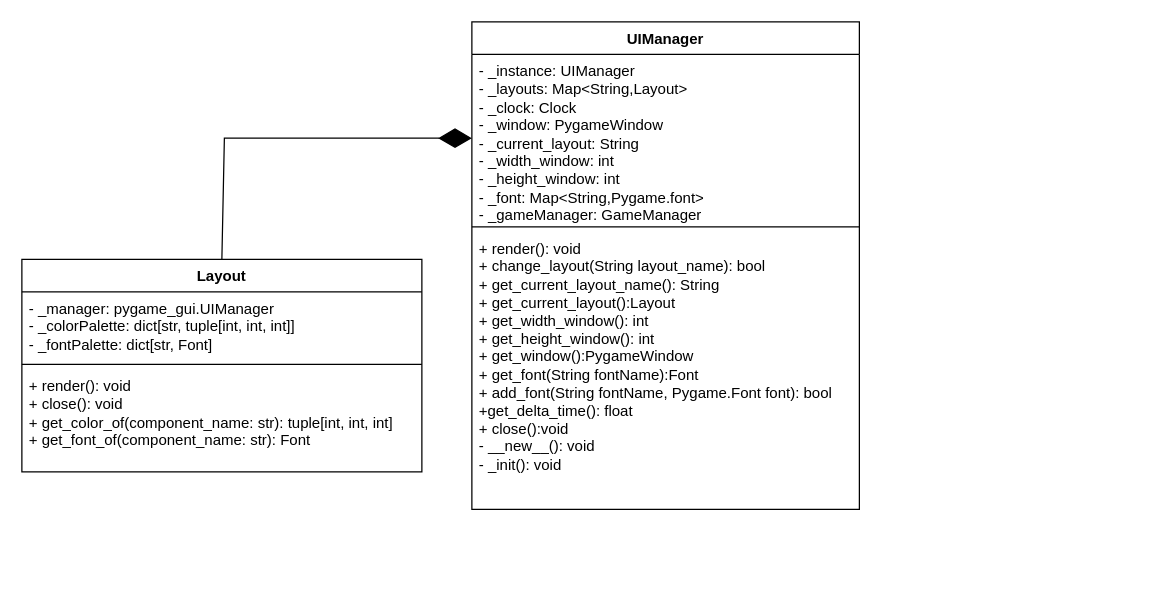
Above: docs/UML/drawio/UI_Manager.drawio in Koun7z/NPG_Projekt (draw.io), before the change. Source tidied: cells renumbered, new cells numbered last; positions are measured from the earlier drawing's top-left corner, leaving out a move shared by most shapes. Both pictures are drawn from the tidied source at 125%, with x=0, y=0 at pixel (21, 21).
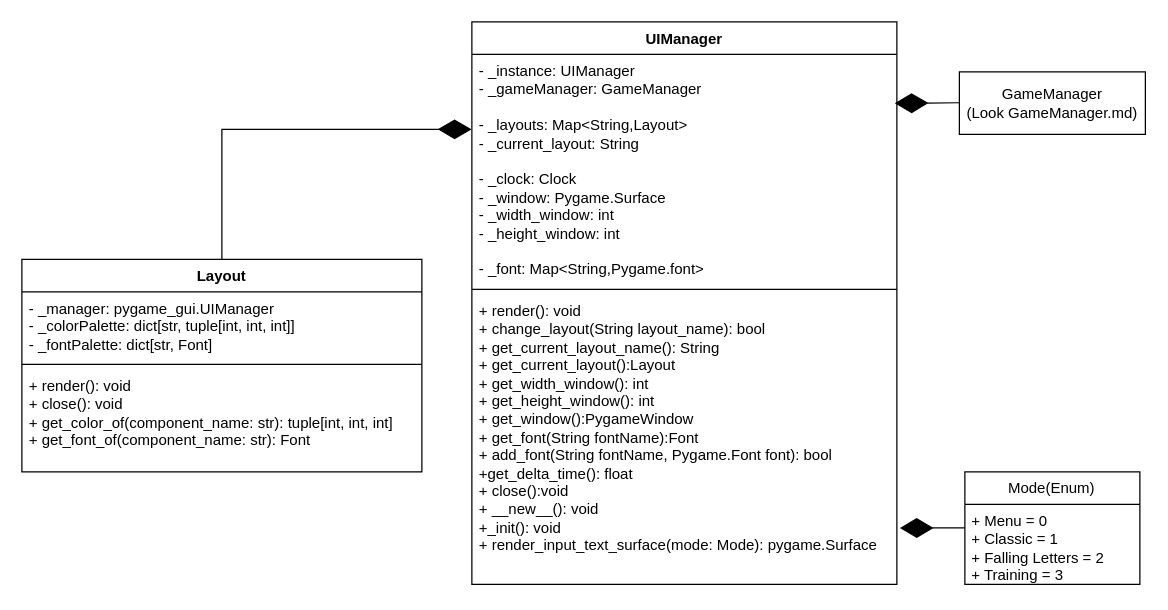
The same page after the edit.

Commit message (it also covers changes not shown here):
Dodanie metody reneder_input_text_surface do UML UIManager oraz kilka mniejszych zmian kosmetycznych. !!TEN COMMIT BAUZJE NA ZMIANACH Z BRANCHA classic-init

Diff of the diagram source:
```diff
@@
-<mxGraphModel>
+<mxGraphModel background="#FFFFFF">
   <root>
     <mxCell id="0" />
     <mxCell id="1" parent="0" />
     <mxCell id="2" value="UIManager" style="swimlane;fontStyle=1;align=center;verticalAlign=top;horizontal=1;startSize=26;whiteSpace=wrap;html=1;" parent="1" vertex="1">
-      <mxGeometry x="360" width="310" height="390" as="geometry" />
+      <mxGeometry x="360" width="340" height="450" as="geometry" />
     </mxCell>
-    <mxCell id="3" value="&lt;div&gt;- _instance: UIManager&lt;/div&gt;- _layouts: Map&amp;lt;String,Layout&amp;gt;&lt;div&gt;- _clock: Clock&lt;br&gt;&lt;div&gt;- _window: PygameWindow&amp;nbsp;&lt;/div&gt;&lt;div&gt;- _current_layout: String&lt;/div&gt;&lt;div&gt;- _width_window: int&lt;/div&gt;&lt;div&gt;- _height_window: int&lt;/div&gt;&lt;div&gt;- _font: Map&amp;lt;String,Pygame.font&amp;gt;&lt;/div&gt;&lt;div&gt;- _gameManager: GameManager&lt;/div&gt;&lt;/div&gt;" style="text;strokeColor=none;fillColor=none;align=left;verticalAlign=top;spacingLeft=4;spacingRight=4;overflow=hidden;points=[[0,0.5],[1,0.5]];portConstraint=eastwest;whiteSpace=wrap;html=1;" parent="2" vertex="1">
-      <mxGeometry y="26" width="310" height="134" as="geometry" />
+    <mxCell id="3" value="&lt;div&gt;- _instance: UIManager&lt;/div&gt;&lt;div&gt;- _gameManager: GameManager&lt;br&gt;&lt;/div&gt;&lt;div&gt;&lt;br&gt;&lt;/div&gt;&lt;div&gt;&lt;div style=&quot;border-color: var(--border-color);&quot;&gt;- _layouts: Map&amp;lt;String,Layout&amp;gt;&lt;br style=&quot;border-color: var(--border-color);&quot;&gt;&lt;/div&gt;&lt;div style=&quot;border-color: var(--border-color);&quot;&gt;- _current_layout: String&lt;br style=&quot;border-color: var(--border-color);&quot;&gt;&lt;/div&gt;&lt;div style=&quot;border-color: var(--border-color);&quot;&gt;&lt;br&gt;&lt;/div&gt;&lt;/div&gt;&lt;div&gt;- _clock: Clock&lt;br&gt;&lt;div&gt;- _window: Pygame.Surface&lt;/div&gt;&lt;div&gt;- _width_window: int&lt;/div&gt;&lt;div&gt;- _height_window: int&lt;/div&gt;&lt;div&gt;&lt;br&gt;&lt;/div&gt;&lt;div&gt;- _font: Map&amp;lt;String,Pygame.font&amp;gt;&lt;/div&gt;&lt;div&gt;&lt;br&gt;&lt;/div&gt;&lt;/div&gt;" style="text;strokeColor=none;fillColor=none;align=left;verticalAlign=top;spacingLeft=4;spacingRight=4;overflow=hidden;points=[[0,0.5],[1,0.5]];portConstraint=eastwest;whiteSpace=wrap;html=1;" parent="2" vertex="1">
+      <mxGeometry y="26" width="340" height="184" as="geometry" />
     </mxCell>
     <mxCell id="4" style="line;strokeWidth=1;fillColor=none;align=left;verticalAlign=middle;spacingTop=-1;spacingLeft=3;spacingRight=3;labelPosition=right;strokeColor=inherit;" parent="2" vertex="1">
-      <mxGeometry y="160" width="310" height="8" as="geometry" />
+      <mxGeometry y="210" width="340" height="8" as="geometry" />
     </mxCell>
-    <mxCell id="5" value="&lt;div&gt;&lt;span style=&quot;background-color: initial;&quot;&gt;+ render(): void&lt;/span&gt;&lt;br&gt;&lt;/div&gt;&lt;div&gt;+ change_layout(String layout_name): bool&lt;/div&gt;&lt;div&gt;+ get_current_layout_name(): String&lt;/div&gt;&lt;div&gt;+ get_current_layout():Layout&lt;/div&gt;&lt;div&gt;+ get_width_window(): int&lt;/div&gt;&lt;div&gt;+ get_height_window(): int&lt;/div&gt;&lt;div&gt;+ get_window():PygameWindow&lt;/div&gt;&lt;div&gt;+ get_font(String fontName):Font&lt;/div&gt;&lt;div&gt;+ add_font(String fontName, Pygame.Font font): bool&lt;/div&gt;&lt;div&gt;+get_delta_time(): float&lt;/div&gt;&lt;div&gt;+ close():void&lt;/div&gt;&lt;div&gt;- __new__(): void&lt;/div&gt;&lt;div&gt;- _init(): void&lt;/div&gt;" style="text;strokeColor=none;fillColor=none;align=left;verticalAlign=top;spacingLeft=4;spacingRight=4;overflow=hidden;whiteSpace=wrap;html=1;" parent="2" vertex="1">
-      <mxGeometry y="168" width="310" height="222" as="geometry" />
+    <mxCell id="5" value="&lt;div&gt;&lt;span style=&quot;background-color: initial;&quot;&gt;+ render(): void&lt;/span&gt;&lt;br&gt;&lt;/div&gt;&lt;div&gt;+ change_layout(String layout_name): bool&lt;/div&gt;&lt;div&gt;+ get_current_layout_name(): String&lt;/div&gt;&lt;div&gt;+ get_current_layout():Layout&lt;/div&gt;&lt;div&gt;+ get_width_window(): int&lt;/div&gt;&lt;div&gt;+ get_height_window(): int&lt;/div&gt;&lt;div&gt;+ get_window():PygameWindow&lt;/div&gt;&lt;div&gt;+ get_font(String fontName):Font&lt;/div&gt;&lt;div&gt;+ add_font(String fontName, Pygame.Font font): bool&lt;/div&gt;&lt;div&gt;+get_delta_time(): float&lt;/div&gt;&lt;div&gt;+ close():void&lt;/div&gt;&lt;div&gt;+ __new__(): void&lt;/div&gt;&lt;div&gt;+_init(): void&lt;/div&gt;&lt;div&gt;+ render_input_text_surface(mode: Mode): pygame.Surface&lt;/div&gt;" style="text;strokeColor=none;fillColor=none;align=left;verticalAlign=top;spacingLeft=4;spacingRight=4;overflow=hidden;whiteSpace=wrap;html=1;" parent="2" vertex="1">
+      <mxGeometry y="218" width="340" height="232" as="geometry" />
     </mxCell>
-    <mxCell id="6" style="endArrow=diamondThin;endFill=1;endSize=24;html=1;rounded=0;entryX=0;entryY=0.5;entryDx=0;entryDy=0;exitX=0.5;exitY=0;exitDx=0;exitDy=0;" parent="1" edge="1" source="7" target="3">
+    <mxCell id="6" style="endArrow=diamondThin;endFill=1;endSize=24;html=1;rounded=0;entryX=-0.001;entryY=0.326;entryDx=0;entryDy=0;exitX=0.5;exitY=0;exitDx=0;exitDy=0;entryPerimeter=0;" parent="1" edge="1" source="7" target="3">
       <mxGeometry relative="1" as="geometry">
         <Array as="points">
-          <mxPoint x="162" y="93" />
+          <mxPoint x="160" y="86" />
         </Array>
       </mxGeometry>
     </mxCell>
     <mxCell id="7" value="Layout" style="swimlane;fontStyle=1;align=center;verticalAlign=top;horizontal=1;startSize=26;whiteSpace=wrap;html=1;" parent="1" vertex="1">
       <mxGeometry y="190" width="320" height="170" as="geometry" />
     </mxCell>
     <mxCell id="8" value="&lt;div&gt;- _manager: pygame_gui.UIManager&amp;nbsp;&lt;/div&gt;&lt;div&gt;- _colorPalette: dict[str, tuple[int, int, int]]&lt;/div&gt;&lt;div&gt;- _fontPalette: dict[str, Font]&lt;/div&gt;" style="text;strokeColor=none;fillColor=none;align=left;verticalAlign=top;spacingLeft=4;spacingRight=4;overflow=hidden;whiteSpace=wrap;html=1;" parent="7" vertex="1">
       <mxGeometry y="26" width="320" height="54" as="geometry" />
     </mxCell>
     <mxCell id="9" style="line;strokeWidth=1;fillColor=none;align=left;verticalAlign=middle;spacingTop=-1;spacingLeft=3;spacingRight=3;labelPosition=right;strokeColor=inherit;" parent="7" vertex="1">
       <mxGeometry y="80" width="320" height="8" as="geometry" />
     </mxCell>
     <mxCell id="10" value="+ render(): void&lt;div&gt;+ close(): void&lt;/div&gt;&lt;div&gt;+ get_color_of(&lt;span style=&quot;background-color: initial;&quot;&gt;component_name: str&lt;/span&gt;&lt;span style=&quot;background-color: initial;&quot;&gt;): tuple[int, int, int]&lt;/span&gt;&lt;/div&gt;&lt;div&gt;+ get_font_of(component_name: str): Font&lt;/div&gt;" style="text;strokeColor=none;fillColor=none;align=left;verticalAlign=top;spacingLeft=4;spacingRight=4;overflow=hidden;whiteSpace=wrap;html=1;" parent="7" vertex="1">
       <mxGeometry y="88" width="320" height="82" as="geometry" />
     </mxCell>
+    <mxCell id="11" value="GameManager&lt;br&gt;(Look GameManager.md)" style="html=1;whiteSpace=wrap;" parent="1" vertex="1">
+      <mxGeometry x="750" y="40" width="148.8" height="50" as="geometry" />
+    </mxCell>
+    <mxCell id="12" style="endArrow=diamondThin;endFill=1;endSize=24;html=1;rounded=0;entryX=0.995;entryY=0.213;entryDx=0;entryDy=0;entryPerimeter=0;" parent="1" edge="1" target="3">
+      <mxGeometry relative="1" as="geometry">
+        <mxPoint x="750" y="64.7" as="sourcePoint" />
+      </mxGeometry>
+    </mxCell>
+    <mxCell id="13" value="Mode(Enum)" style="swimlane;fontStyle=0;horizontal=1;startSize=26;fillColor=none;whiteSpace=wrap;html=1;" parent="1" vertex="1">
+      <mxGeometry x="754.4" y="360" width="140" height="90" as="geometry" />
+    </mxCell>
+    <mxCell id="14" value="+ Menu = 0&lt;div&gt;+ Classic = 1&lt;/div&gt;&lt;div&gt;+ Falling Letters = 2&lt;/div&gt;&lt;div&gt;+ Training = 3&lt;/div&gt;" style="text;strokeColor=none;fillColor=none;align=left;verticalAlign=top;spacingLeft=4;spacingRight=4;overflow=hidden;whiteSpace=wrap;html=1;" parent="13" vertex="1">
+      <mxGeometry y="26" width="140" height="64" as="geometry" />
+    </mxCell>
+    <mxCell id="15" style="endArrow=diamondThin;endFill=1;endSize=24;html=1;rounded=0;entryX=0.995;entryY=0.213;entryDx=0;entryDy=0;entryPerimeter=0;" parent="1" edge="1">
+      <mxGeometry relative="1" as="geometry">
+        <mxPoint x="754.4" y="404.7" as="sourcePoint" />
+        <mxPoint x="702.4" y="405" as="targetPoint" />
+      </mxGeometry>
+    </mxCell>
   </root>
 </mxGraphModel>
```
